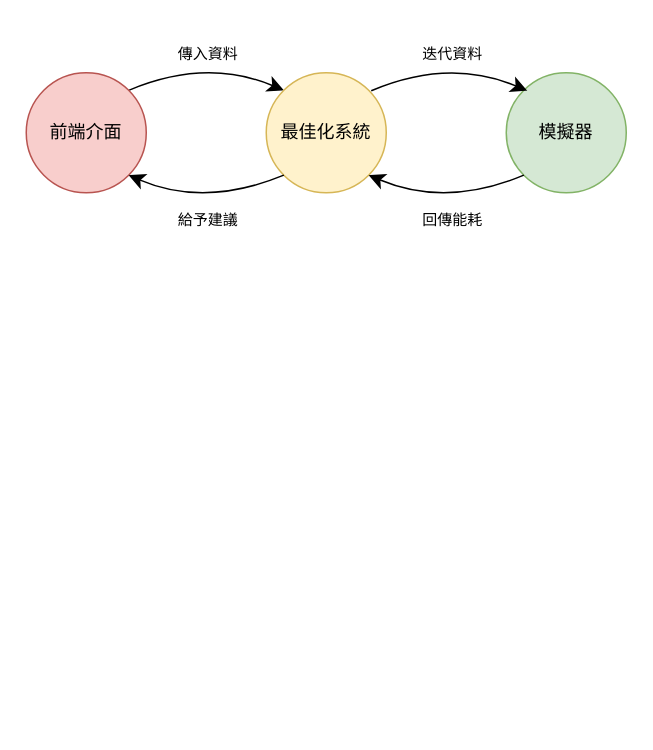
This is page "第 5 页" (5 of 5) of 優化器模擬器互動.drawio from lai20021015/Automobile-energy-consumption-detector, a draw.io file, before an edit. Source tidied: cells renumbered, new cells numbered last; positions are measured from the earlier drawing's top-left corner, leaving out a move shared by most shapes. Both pictures are drawn from the tidied source at 150%, with x=0, y=0 at pixel (26, 26).
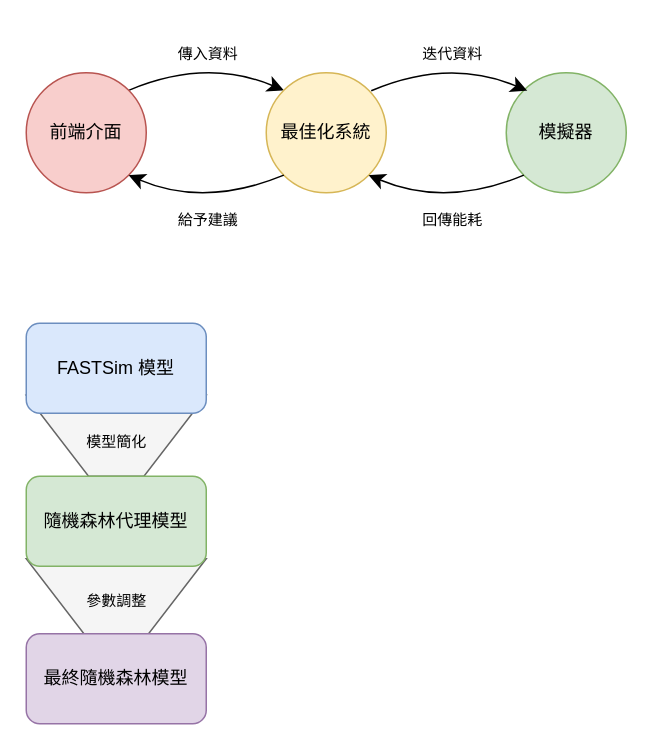
The same diagram, later.

The edit, as a diff of the source:
```diff
@@
+    <mxCell id="13" style="shape=trapezoid;perimeter=trapezoidPerimeter;whiteSpace=wrap;html=1;fixedSize=1;rotation=-180;size=41.53341293334961;fillColor=#f5f5f5;strokeColor=#666666;fontColor=#333333;" parent="1" vertex="1">
+      <mxGeometry y="355" width="120" height="54" as="geometry" />
+    </mxCell>
@@
+    <mxCell id="14" style="shape=trapezoid;perimeter=trapezoidPerimeter;whiteSpace=wrap;html=1;fixedSize=1;rotation=-180;size=41.53341293334961;fillColor=#f5f5f5;strokeColor=#666666;fontColor=#333333;" parent="1" vertex="1">
+      <mxGeometry y="246" width="120" height="54" as="geometry" />
+    </mxCell>
+    <mxCell id="15" value="FASTSim 模型" style="rounded=1;whiteSpace=wrap;html=1;fillColor=#dae8fc;strokeColor=#6c8ebf;" parent="1" vertex="1">
+      <mxGeometry y="198" width="120" height="60" as="geometry" />
+    </mxCell>
+    <mxCell id="16" value="隨機森林代理模型" style="rounded=1;whiteSpace=wrap;html=1;fillColor=#d5e8d4;strokeColor=#82b366;" parent="1" vertex="1">
+      <mxGeometry y="300" width="120" height="60" as="geometry" />
+    </mxCell>
+    <mxCell id="17" value="最終隨機森林模型" style="rounded=1;whiteSpace=wrap;html=1;fillColor=#e1d5e7;strokeColor=#9673a6;" parent="1" vertex="1">
+      <mxGeometry y="405" width="120" height="60" as="geometry" />
+    </mxCell>
+    <mxCell id="18" value="參數調整" style="text;html=1;align=center;verticalAlign=middle;strokeColor=none;fillColor=none;fontSize=10;" parent="1" vertex="1">
+      <mxGeometry x="31" y="370.8" width="58" height="24" as="geometry" />
+    </mxCell>
+    <mxCell id="19" value="模型簡化" style="text;html=1;align=center;verticalAlign=middle;strokeColor=none;fillColor=none;fontSize=10;" parent="1" vertex="1">
+      <mxGeometry x="31" y="265.2" width="58" height="24" as="geometry" />
+    </mxCell>
```
